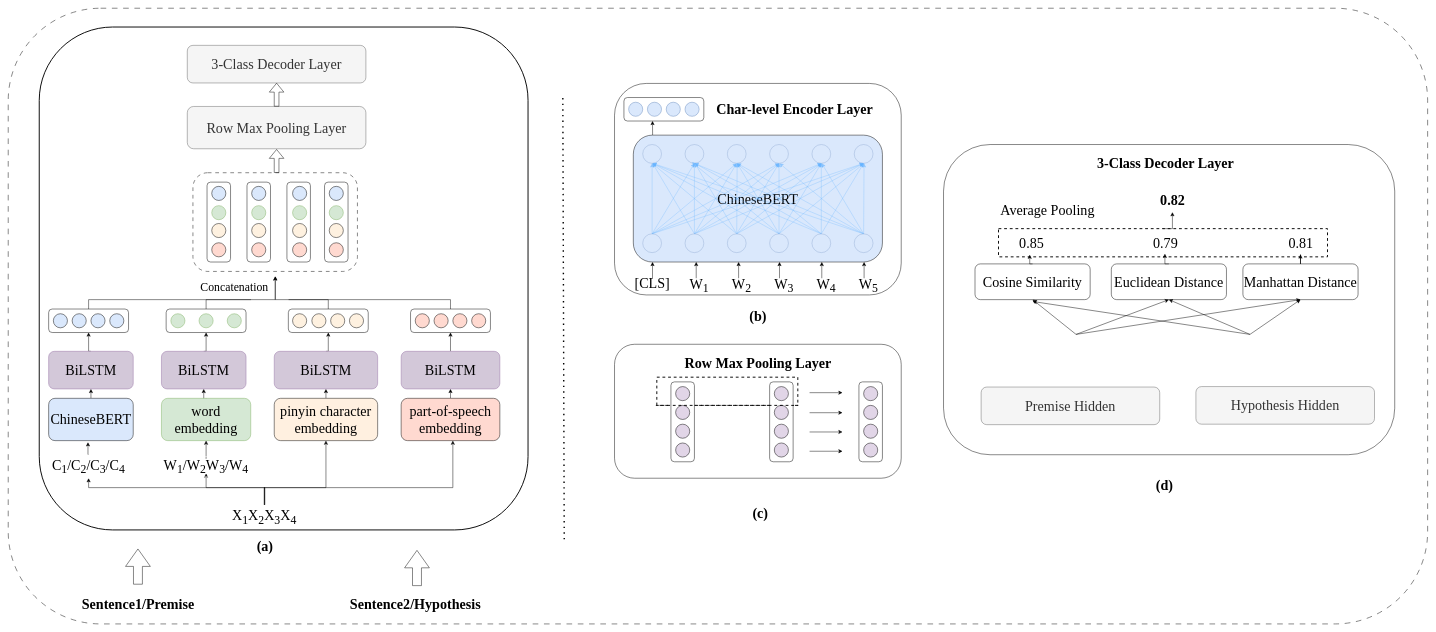
The draw.io diagram text_match/NLI_method.drawio in lengyueit/paper_pic, before the edit. Source tidied: cells renumbered, new cells numbered last; positions are measured from the earlier drawing's top-left corner, leaving out a move shared by most shapes. Both pictures are drawn from the tidied source at 47%, with x=0, y=0 at pixel (8, 8).
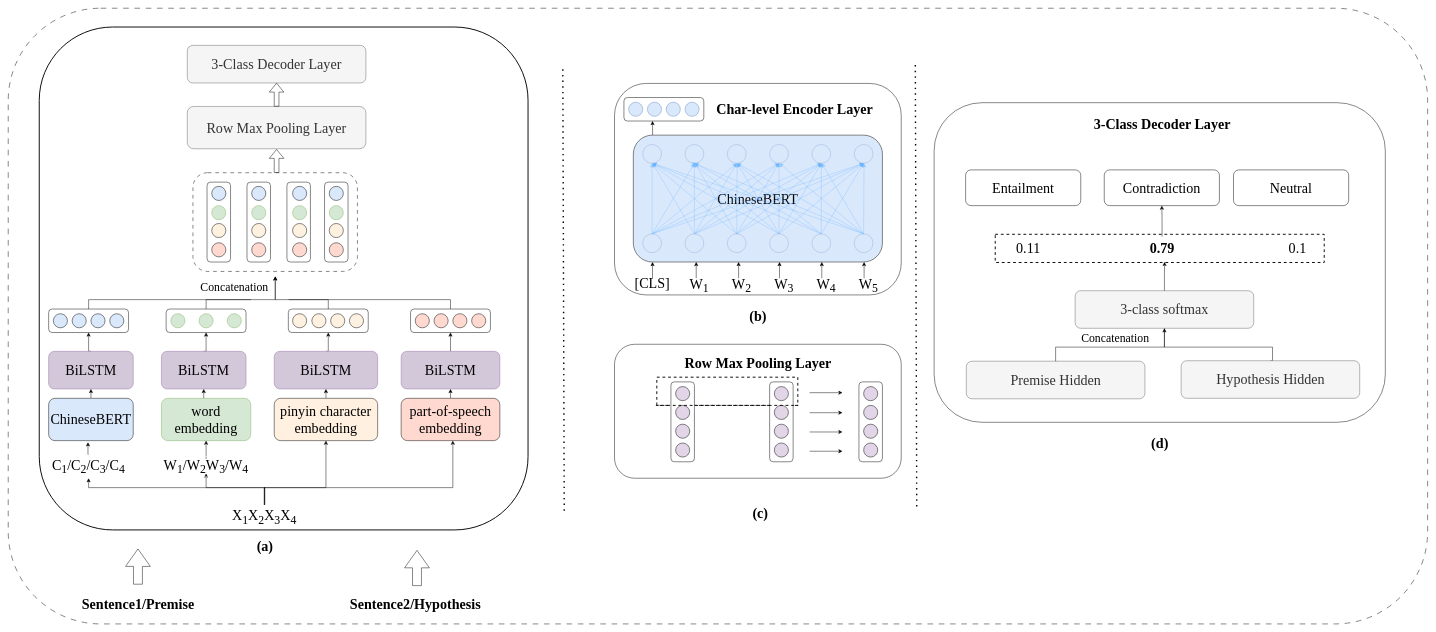
After the change.

The edit, as a diff of the source:
```diff
@@
     <mxCell id="148" style="endArrow=none;dashed=1;html=1;dashPattern=1 3;strokeWidth=3;rounded=0;" parent="1" edge="1">
       <mxGeometry relative="1" as="geometry">
-        <mxPoint x="1183" y="1130" as="sourcePoint" />
-        <mxPoint x="1180" y="190" as="targetPoint" />
+        <mxPoint x="1183" y="1069" as="sourcePoint" />
+        <mxPoint x="1180" y="129" as="targetPoint" />
       </mxGeometry>
     </mxCell>
@@
-    <mxCell id="182" style="group;" parent="1" vertex="1">
-      <mxGeometry x="1990" y="290" width="960" height="660" as="geometry" />
-    </mxCell>
+    <mxCell id="206" value="&lt;font style=&quot;font-size: 30px;&quot;&gt;&lt;span style=&quot;font-size: 30px;&quot;&gt;(b)&lt;/span&gt;&lt;/font&gt;" style="text;html=1;align=center;verticalAlign=middle;strokeColor=none;fillColor=none;fontFamily=Times New Roman;fontStyle=1;fontSize=30;" parent="1" vertex="1">
+      <mxGeometry x="1565" y="630" width="60" height="50" as="geometry" />
+    </mxCell>
+    <mxCell id="207" value="&lt;font style=&quot;font-size: 30px;&quot;&gt;&lt;span style=&quot;font-size: 30px;&quot;&gt;(c)&lt;/span&gt;&lt;/font&gt;" style="text;html=1;align=center;verticalAlign=middle;strokeColor=none;fillColor=none;fontFamily=Times New Roman;fontStyle=1;fontSize=30;" parent="1" vertex="1">
+      <mxGeometry x="1570" y="1050" width="60" height="50" as="geometry" />
+    </mxCell>
+    <mxCell id="209" style="group;" parent="1" vertex="1">
+      <mxGeometry x="1970" y="201" width="960" height="749" as="geometry" />
+    </mxCell>
+    <mxCell id="208" value="&lt;font style=&quot;font-size: 30px;&quot;&gt;&lt;span style=&quot;font-size: 30px;&quot;&gt;(d)&lt;/span&gt;&lt;/font&gt;" style="text;html=1;align=center;verticalAlign=middle;strokeColor=none;fillColor=none;fontFamily=Times New Roman;fontStyle=1;fontSize=30;" parent="209" vertex="1">
+      <mxGeometry x="450" y="699" width="60" height="50" as="geometry" />
+    </mxCell>
-    <mxCell id="183" style="rounded=1;whiteSpace=wrap;html=1;" parent="182" vertex="1">
-      <mxGeometry width="960" height="660" as="geometry" />
+    <mxCell id="183" style="rounded=1;whiteSpace=wrap;html=1;" parent="209" vertex="1">
+      <mxGeometry width="960" height="680" as="geometry" />
     </mxCell>
-    <mxCell id="184" value="&lt;font face=&quot;Times New Roman&quot; style=&quot;font-size: 30px;&quot;&gt;Cosine Similarity&lt;/font&gt;" style="rounded=1;whiteSpace=wrap;html=1;" parent="182" vertex="1">
-      <mxGeometry x="67" y="254" width="245" height="76" as="geometry" />
+    <mxCell id="184" value="&lt;font style=&quot;font-size: 30px;&quot;&gt;Entailment&lt;/font&gt;" style="rounded=1;whiteSpace=wrap;html=1;fontFamily=Times New Roman;fontSize=30;" parent="209" vertex="1">
+      <mxGeometry x="67" y="143" width="245" height="76" as="geometry" />
     </mxCell>
-    <mxCell id="185" value="&lt;font face=&quot;Times New Roman&quot; style=&quot;font-size: 30px;&quot;&gt;Euclidean Distance&lt;/font&gt;" style="rounded=1;whiteSpace=wrap;html=1;" parent="182" vertex="1">
-      <mxGeometry x="357" y="254" width="245" height="76" as="geometry" />
+    <mxCell id="185" value="&lt;font style=&quot;font-size: 30px;&quot;&gt;Contradiction&lt;/font&gt;" style="rounded=1;whiteSpace=wrap;html=1;fontFamily=Times New Roman;fontSize=30;" parent="209" vertex="1">
+      <mxGeometry x="362" y="143" width="245" height="76" as="geometry" />
     </mxCell>
-    <mxCell id="186" value="&lt;font style=&quot;font-size: 30px;&quot; face=&quot;Times New Roman&quot;&gt;Manhattan Distance&lt;/font&gt;" style="rounded=1;whiteSpace=wrap;html=1;" parent="182" vertex="1">
-      <mxGeometry x="637" y="254" width="245" height="76" as="geometry" />
+    <mxCell id="186" value="&lt;font style=&quot;font-size: 30px;&quot;&gt;Neutral&lt;/font&gt;" style="rounded=1;whiteSpace=wrap;html=1;fontSize=30;fontFamily=Times New Roman;" parent="209" vertex="1">
+      <mxGeometry x="637" y="143" width="245" height="76" as="geometry" />
     </mxCell>
-    <mxCell id="187" style="rounded=0;jettySize=auto;html=1;exitX=0.5;exitY=0;exitDx=0;exitDy=0;entryX=0.5;entryY=1;entryDx=0;entryDy=0;" parent="182" edge="1" target="184">
-      <mxGeometry relative="1" as="geometry">
-        <mxPoint x="282" y="404" as="sourcePoint" />
-      </mxGeometry>
-    </mxCell>
-    <mxCell id="188" style="rounded=0;orthogonalLoop=1;jettySize=auto;html=1;exitX=0.5;exitY=0;exitDx=0;exitDy=0;" parent="182" edge="1">
-      <mxGeometry relative="1" as="geometry">
-        <mxPoint x="652" y="404" as="sourcePoint" />
-        <mxPoint x="190" y="334" as="targetPoint" />
-      </mxGeometry>
-    </mxCell>
-    <mxCell id="189" style="rounded=0;jettySize=auto;html=1;exitX=0.5;exitY=0;exitDx=0;exitDy=0;entryX=0.5;entryY=1;entryDx=0;entryDy=0;" parent="182" edge="1" target="185">
-      <mxGeometry relative="1" as="geometry">
-        <mxPoint x="282" y="404" as="sourcePoint" />
-      </mxGeometry>
-    </mxCell>
-    <mxCell id="190" style="rounded=0;jettySize=auto;html=1;exitX=0.5;exitY=0;exitDx=0;exitDy=0;entryX=0.5;entryY=1;entryDx=0;entryDy=0;" parent="182" edge="1" target="185">
-      <mxGeometry relative="1" as="geometry">
-        <mxPoint x="652" y="404" as="sourcePoint" />
-      </mxGeometry>
-    </mxCell>
-    <mxCell id="191" style="rounded=0;jettySize=auto;html=1;exitX=0.5;exitY=0;exitDx=0;exitDy=0;entryX=0.5;entryY=1;entryDx=0;entryDy=0;" parent="182" edge="1" target="186">
-      <mxGeometry relative="1" as="geometry">
-        <mxPoint x="282" y="404" as="sourcePoint" />
-      </mxGeometry>
-    </mxCell>
-    <mxCell id="192" style="rounded=0;jettySize=auto;html=1;exitX=0.5;exitY=0;exitDx=0;exitDy=0;entryX=0.5;entryY=1;entryDx=0;entryDy=0;" parent="182" edge="1" target="186">
-      <mxGeometry relative="1" as="geometry">
-        <mxPoint x="652" y="404" as="sourcePoint" />
-      </mxGeometry>
-    </mxCell>
+    <mxCell id="202" value="&lt;font size=&quot;1&quot; face=&quot;Times New Roman&quot;&gt;&lt;b style=&quot;font-size: 30px;&quot;&gt;3-Class Decoder Layer&lt;/b&gt;&lt;/font&gt;" style="text;html=1;align=center;verticalAlign=middle;strokeColor=none;fillColor=none;" parent="209" vertex="1">
+      <mxGeometry x="329.5" y="20" width="310" height="50" as="geometry" />
+    </mxCell>
+    <mxCell id="204" value="&lt;font style=&quot;font-size: 30px;&quot;&gt;&lt;span style=&quot;font-size: 30px;&quot;&gt;&lt;span style=&quot;font-size: 30px;&quot;&gt;Premise Hidden&lt;/span&gt;&lt;/span&gt;&lt;/font&gt;" style="rounded=1;whiteSpace=wrap;html=1;fillColor=#f5f5f5;strokeColor=#666666;fontStyle=0;fontColor=#333333;fontFamily=Times New Roman;fontSize=30;" parent="209" vertex="1">
+      <mxGeometry x="68.5" y="550" width="380" height="80" as="geometry" />
+    </mxCell>
+    <mxCell id="210" style="edgeStyle=orthogonalEdgeStyle;rounded=0;jettySize=auto;html=1;exitX=0.5;exitY=0;exitDx=0;exitDy=0;" parent="209" edge="1" source="205">
+      <mxGeometry relative="1" as="geometry">
+        <mxPoint x="490" y="480" as="targetPoint" />
+        <Array as="points">
+          <mxPoint x="720" y="520" />
+          <mxPoint x="490" y="520" />
+        </Array>
+      </mxGeometry>
+    </mxCell>
+    <mxCell id="205" value="&lt;font style=&quot;font-size: 30px;&quot;&gt;&lt;span style=&quot;font-size: 30px;&quot;&gt;&lt;span style=&quot;font-size: 30px;&quot;&gt;Hypothesis Hidden&lt;/span&gt;&lt;/span&gt;&lt;/font&gt;" style="rounded=1;whiteSpace=wrap;html=1;fillColor=#f5f5f5;strokeColor=#666666;fontStyle=0;fontColor=#333333;fontFamily=Times New Roman;fontSize=30;" parent="209" vertex="1">
+      <mxGeometry x="525.5" y="549" width="380" height="80" as="geometry" />
+    </mxCell>
+    <mxCell id="211" value="&lt;span style=&quot;background-color: initial;&quot;&gt;&lt;font face=&quot;Times New Roman&quot; style=&quot;font-size: 25px;&quot;&gt;Concatenation&lt;/font&gt;&lt;/span&gt;" style="text;html=1;align=center;verticalAlign=middle;strokeColor=none;fillColor=none;" parent="209" vertex="1">
+      <mxGeometry x="300" y="480" width="170" height="40" as="geometry" />
+    </mxCell>
+    <mxCell id="212" value="&lt;font style=&quot;font-size: 30px;&quot;&gt;&lt;span style=&quot;font-size: 30px;&quot;&gt;&lt;span style=&quot;font-size: 30px;&quot;&gt;3-class softmax&lt;/span&gt;&lt;/span&gt;&lt;/font&gt;" style="rounded=1;whiteSpace=wrap;html=1;fillColor=#f5f5f5;strokeColor=#666666;fontStyle=0;fontColor=#333333;fontFamily=Times New Roman;fontSize=30;" parent="209" vertex="1">
+      <mxGeometry x="300" y="400" width="380" height="80" as="geometry" />
+    </mxCell>
+    <mxCell id="213" style="edgeStyle=orthogonalEdgeStyle;rounded=0;jettySize=auto;html=1;exitX=0.5;exitY=0;exitDx=0;exitDy=0;entryX=0.5;entryY=1;entryDx=0;entryDy=0;startArrow=none;startFill=0;endArrow=none;endFill=0;" parent="209" edge="1" source="204" target="212">
+      <mxGeometry relative="1" as="geometry">
+        <Array as="points">
+          <mxPoint x="258" y="520" />
+          <mxPoint x="490" y="520" />
+        </Array>
+      </mxGeometry>
+    </mxCell>
+    <mxCell id="214" style="group;" parent="209" vertex="1">
+      <mxGeometry x="130" y="280" width="700" height="60" as="geometry" />
+    </mxCell>
-    <mxCell id="193" style="rounded=0;whiteSpace=wrap;html=1;dashed=1;strokeWidth=2;" parent="182" vertex="1">
-      <mxGeometry x="117" y="179" width="700" height="60" as="geometry" />
+    <mxCell id="193" style="rounded=0;whiteSpace=wrap;html=1;dashed=1;strokeWidth=2;" parent="214" vertex="1">
+      <mxGeometry width="700" height="60" as="geometry" />
     </mxCell>
-    <mxCell id="194" value="&lt;font style=&quot;font-size: 30px;&quot; face=&quot;Times New Roman&quot;&gt;0.79&lt;/font&gt;" style="text;html=1;align=center;verticalAlign=middle;points=[];strokeColor=none;fillColor=none;" parent="182" vertex="1">
-      <mxGeometry x="432" y="184" width="80" height="50" as="geometry" />
+    <mxCell id="194" value="&lt;font face=&quot;Times New Roman&quot; style=&quot;font-size: 30px;&quot;&gt;0.79&lt;/font&gt;" style="text;html=1;align=center;verticalAlign=middle;points=[];strokeColor=none;fillColor=none;fontStyle=1;" parent="214" vertex="1">
+      <mxGeometry x="315" y="5" width="80" height="50" as="geometry" />
     </mxCell>
-    <mxCell id="195" value="&lt;font style=&quot;font-size: 30px;&quot; face=&quot;Times New Roman&quot;&gt;0.81&lt;/font&gt;" style="text;html=1;align=center;verticalAlign=middle;points=[];strokeColor=none;fillColor=none;" parent="182" vertex="1">
-      <mxGeometry x="719.5" y="184" width="80" height="50" as="geometry" />
+    <mxCell id="195" value="&lt;font style=&quot;font-size: 30px;&quot; face=&quot;Times New Roman&quot;&gt;0.1&lt;/font&gt;" style="text;html=1;align=center;verticalAlign=middle;points=[];strokeColor=none;fillColor=none;" parent="214" vertex="1">
+      <mxGeometry x="612.5" y="5" width="60" height="50" as="geometry" />
     </mxCell>
-    <mxCell id="196" value="&lt;font style=&quot;font-size: 30px;&quot; face=&quot;Times New Roman&quot;&gt;&lt;b&gt;0.82&lt;/b&gt;&lt;/font&gt;" style="text;html=1;align=center;verticalAlign=middle;points=[];strokeColor=none;fillColor=none;" parent="182" vertex="1">
-      <mxGeometry x="447" y="94" width="80" height="50" as="geometry" />
-    </mxCell>
-    <mxCell id="197" style="edgeStyle=orthogonalEdgeStyle;rounded=0;jettySize=auto;html=1;exitX=0.5;exitY=0;exitDx=0;exitDy=0;entryX=0.488;entryY=0.968;entryDx=0;entryDy=0;entryPerimeter=0;" parent="182" edge="1" source="185" target="194">
-      <mxGeometry relative="1" as="geometry" />
-    </mxCell>
-    <mxCell id="198" style="edgeStyle=orthogonalEdgeStyle;rounded=0;jettySize=auto;html=1;exitX=0.5;exitY=0;exitDx=0;exitDy=0;" parent="182" edge="1" source="193" target="196">
-      <mxGeometry relative="1" as="geometry">
-        <Array as="points">
-          <mxPoint x="487" y="179" />
-        </Array>
-      </mxGeometry>
-    </mxCell>
-    <mxCell id="199" style="edgeStyle=orthogonalEdgeStyle;rounded=0;jettySize=auto;html=1;exitX=0.5;exitY=0;exitDx=0;exitDy=0;" parent="182" edge="1" source="186" target="195">
-      <mxGeometry relative="1" as="geometry" />
-    </mxCell>
-    <mxCell id="200" value="&lt;font style=&quot;font-size: 30px;&quot; face=&quot;Times New Roman&quot;&gt;0.85&lt;/font&gt;" style="text;html=1;align=center;verticalAlign=middle;points=[];strokeColor=none;fillColor=none;" parent="182" vertex="1">
-      <mxGeometry x="147" y="184" width="80" height="50" as="geometry" />
+    <mxCell id="200" value="&lt;font style=&quot;font-size: 30px;&quot; face=&quot;Times New Roman&quot;&gt;0.11&lt;/font&gt;" style="text;html=1;align=center;verticalAlign=middle;points=[];strokeColor=none;fillColor=none;" parent="214" vertex="1">
+      <mxGeometry x="35" y="5" width="70" height="50" as="geometry" />
     </mxCell>
-    <mxCell id="201" style="edgeStyle=orthogonalEdgeStyle;rounded=0;jettySize=auto;html=1;exitX=0.5;exitY=0;exitDx=0;exitDy=0;entryX=0.455;entryY=1.008;entryDx=0;entryDy=0;entryPerimeter=0;" parent="182" edge="1" source="184" target="200">
-      <mxGeometry relative="1" as="geometry" />
-    </mxCell>
-    <mxCell id="202" value="&lt;font size=&quot;1&quot; face=&quot;Times New Roman&quot;&gt;&lt;b style=&quot;font-size: 30px;&quot;&gt;3-Class Decoder Layer&lt;/b&gt;&lt;/font&gt;" style="text;html=1;align=center;verticalAlign=middle;strokeColor=none;fillColor=none;" parent="182" vertex="1">
-      <mxGeometry x="317" y="14" width="310" height="50" as="geometry" />
-    </mxCell>
-    <mxCell id="203" value="&lt;font face=&quot;Times New Roman&quot; style=&quot;font-size: 30px;&quot;&gt;Average&amp;nbsp;Pooling&lt;/font&gt;" style="text;html=1;align=center;verticalAlign=middle;strokeColor=none;fillColor=none;" parent="182" vertex="1">
-      <mxGeometry x="111" y="114" width="220" height="50" as="geometry" />
-    </mxCell>
-    <mxCell id="204" value="&lt;font style=&quot;font-size: 30px;&quot;&gt;&lt;span style=&quot;font-size: 30px;&quot;&gt;&lt;span style=&quot;font-size: 30px;&quot;&gt;Premise Hidden&lt;/span&gt;&lt;/span&gt;&lt;/font&gt;" style="rounded=1;whiteSpace=wrap;html=1;fillColor=#f5f5f5;strokeColor=#666666;fontStyle=0;fontColor=#333333;fontFamily=Times New Roman;fontSize=30;" parent="182" vertex="1">
-      <mxGeometry x="80" y="516" width="380" height="80" as="geometry" />
-    </mxCell>
-    <mxCell id="205" value="&lt;font style=&quot;font-size: 30px;&quot;&gt;&lt;span style=&quot;font-size: 30px;&quot;&gt;&lt;span style=&quot;font-size: 30px;&quot;&gt;Hypothesis Hidden&lt;/span&gt;&lt;/span&gt;&lt;/font&gt;" style="rounded=1;whiteSpace=wrap;html=1;fillColor=#f5f5f5;strokeColor=#666666;fontStyle=0;fontColor=#333333;fontFamily=Times New Roman;fontSize=30;" parent="182" vertex="1">
-      <mxGeometry x="537" y="515" width="380" height="80" as="geometry" />
-    </mxCell>
-    <mxCell id="206" value="&lt;font style=&quot;font-size: 30px;&quot;&gt;&lt;span style=&quot;font-size: 30px;&quot;&gt;(b)&lt;/span&gt;&lt;/font&gt;" style="text;html=1;align=center;verticalAlign=middle;strokeColor=none;fillColor=none;fontFamily=Times New Roman;fontStyle=1;fontSize=30;" parent="1" vertex="1">
-      <mxGeometry x="1565" y="630" width="60" height="50" as="geometry" />
-    </mxCell>
-    <mxCell id="207" value="&lt;font style=&quot;font-size: 30px;&quot;&gt;&lt;span style=&quot;font-size: 30px;&quot;&gt;(c)&lt;/span&gt;&lt;/font&gt;" style="text;html=1;align=center;verticalAlign=middle;strokeColor=none;fillColor=none;fontFamily=Times New Roman;fontStyle=1;fontSize=30;" parent="1" vertex="1">
-      <mxGeometry x="1570" y="1050" width="60" height="50" as="geometry" />
-    </mxCell>
-    <mxCell id="208" value="&lt;font style=&quot;font-size: 30px;&quot;&gt;&lt;span style=&quot;font-size: 30px;&quot;&gt;(d)&lt;/span&gt;&lt;/font&gt;" style="text;html=1;align=center;verticalAlign=middle;strokeColor=none;fillColor=none;fontFamily=Times New Roman;fontStyle=1;fontSize=30;" parent="1" vertex="1">
-      <mxGeometry x="2430" y="990" width="60" height="50" as="geometry" />
-    </mxCell>
+    <mxCell id="215" style="edgeStyle=orthogonalEdgeStyle;rounded=0;jettySize=auto;html=1;exitX=0.5;exitY=0;exitDx=0;exitDy=0;entryX=0.567;entryY=1.073;entryDx=0;entryDy=0;entryPerimeter=0;" parent="209" edge="1" source="212" target="194">
+      <mxGeometry relative="1" as="geometry" />
+    </mxCell>
+    <mxCell id="216" style="edgeStyle=orthogonalEdgeStyle;rounded=0;jettySize=auto;html=1;" parent="209" edge="1" source="194" target="185">
+      <mxGeometry relative="1" as="geometry" />
+    </mxCell>
+    <mxCell id="217" style="endArrow=none;dashed=1;html=1;dashPattern=1 3;strokeWidth=3;rounded=0;" parent="1" edge="1">
+      <mxGeometry relative="1" as="geometry">
+        <mxPoint x="1933" y="1060" as="sourcePoint" />
+        <mxPoint x="1930" y="120" as="targetPoint" />
+      </mxGeometry>
+    </mxCell>
```
